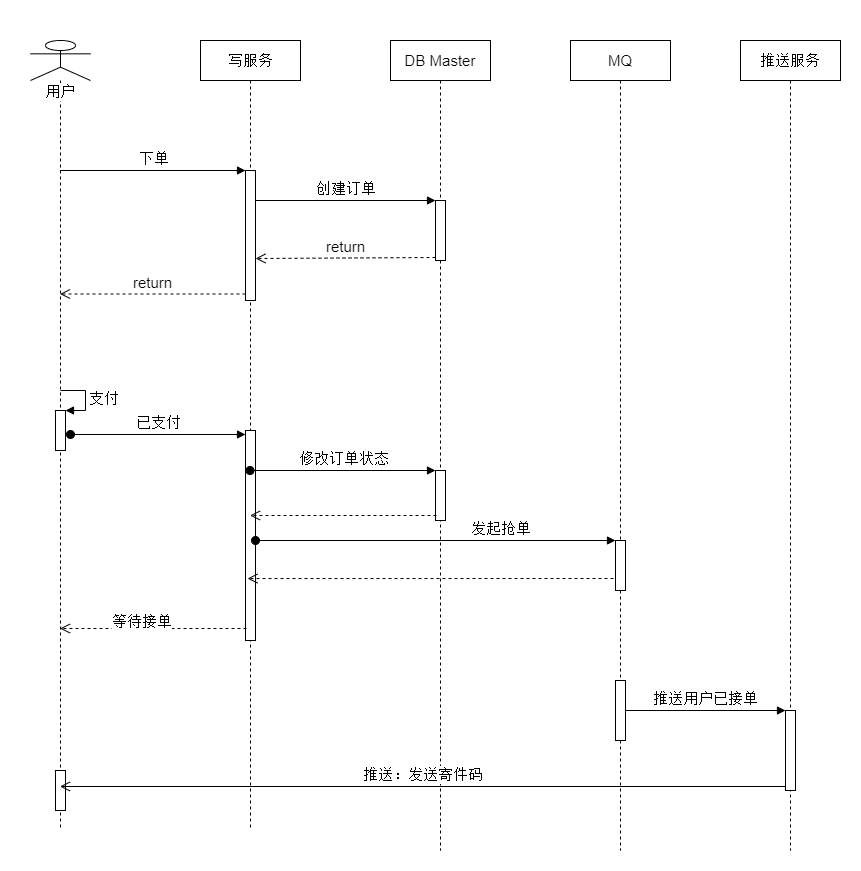
Earlier version of the draw.io export final/img/order.drawio.png (an-Onion/architect-camp). Source tidied: cells renumbered, new cells last; positions are measured from the earlier drawing's top-left corner, leaving out a move shared by most shapes. Source of this version:
```xml
<mxGraphModel>
  <root>
    <mxCell id="0" />
    <mxCell id="1" parent="0" />
    <mxCell id="2" style="rounded=0;whiteSpace=wrap;html=1;fontSize=15;strokeColor=none;" parent="1" vertex="1">
      <mxGeometry width="860" height="870" as="geometry" />
    </mxCell>
    <mxCell id="3" value="用户&lt;br style=&quot;font-size: 15px;&quot;&gt;" style="shape=umlLifeline;participant=umlActor;perimeter=lifelinePerimeter;whiteSpace=wrap;html=1;verticalAlign=top;spacingTop=36;labelBackgroundColor=#ffffff;outlineConnect=0;fontSize=15;" parent="1" vertex="1">
      <mxGeometry x="30" y="40" width="60" height="790" as="geometry" />
    </mxCell>
    <mxCell id="4" style="html=1;points=[];perimeter=orthogonalPerimeter;fontSize=15;" parent="3" vertex="1">
      <mxGeometry x="25" y="370" width="10" height="40" as="geometry" />
    </mxCell>
    <mxCell id="5" value="支付" style="edgeStyle=orthogonalEdgeStyle;html=1;align=left;spacingLeft=2;endArrow=block;rounded=0;entryX=1;entryY=0;fontSize=15;" parent="3" edge="1" target="4">
      <mxGeometry relative="1" as="geometry">
        <mxPoint x="30" y="350" as="sourcePoint" />
        <Array as="points">
          <mxPoint x="55" y="350" />
        </Array>
      </mxGeometry>
    </mxCell>
    <mxCell id="6" style="html=1;perimeter=orthogonalPerimeter;fontSize=15;" parent="3" vertex="1">
      <mxGeometry x="25" y="730" width="10" height="40" as="geometry" />
    </mxCell>
    <mxCell id="7" value="写服务" style="shape=umlLifeline;perimeter=lifelinePerimeter;whiteSpace=wrap;html=1;outlineConnect=0;fontSize=15;" parent="1" vertex="1">
      <mxGeometry x="200" y="40" width="100" height="790" as="geometry" />
    </mxCell>
    <mxCell id="8" style="html=1;points=[];perimeter=orthogonalPerimeter;fontSize=15;" parent="7" vertex="1">
      <mxGeometry x="45" y="130" width="10" height="130" as="geometry" />
    </mxCell>
    <mxCell id="9" style="html=1;points=[];perimeter=orthogonalPerimeter;fontSize=15;" parent="7" vertex="1">
      <mxGeometry x="45" y="390" width="10" height="210" as="geometry" />
    </mxCell>
    <mxCell id="10" value="下单" style="html=1;verticalAlign=bottom;endArrow=block;entryX=0;entryY=0;fontSize=15;" parent="1" edge="1" source="3" target="8">
      <mxGeometry relative="1" as="geometry" />
    </mxCell>
    <mxCell id="11" value="DB&amp;nbsp;Master" style="shape=umlLifeline;perimeter=lifelinePerimeter;whiteSpace=wrap;html=1;fontSize=15;" parent="1" vertex="1">
      <mxGeometry x="390" y="40" width="100" height="810" as="geometry" />
    </mxCell>
    <mxCell id="12" style="html=1;points=[];perimeter=orthogonalPerimeter;fontSize=15;" parent="11" vertex="1">
      <mxGeometry x="45" y="160" width="10" height="60" as="geometry" />
    </mxCell>
    <mxCell id="13" style="html=1;points=[];perimeter=orthogonalPerimeter;fontSize=15;" parent="11" vertex="1">
      <mxGeometry x="45" y="430" width="10" height="50" as="geometry" />
    </mxCell>
    <mxCell id="14" value="创建订单" style="html=1;verticalAlign=bottom;endArrow=block;entryX=0;entryY=0;fontSize=15;" parent="1" edge="1" source="8" target="12">
      <mxGeometry relative="1" as="geometry" />
    </mxCell>
    <mxCell id="15" value="return" style="html=1;verticalAlign=bottom;endArrow=open;dashed=1;endSize=8;exitX=0;exitY=0.95;fontSize=15;entryX=1;entryY=0.677;entryDx=0;entryDy=0;entryPerimeter=0;" parent="1" edge="1" source="12" target="8">
      <mxGeometry relative="1" as="geometry" />
    </mxCell>
    <mxCell id="16" value="return" style="html=1;verticalAlign=bottom;endArrow=open;dashed=1;endSize=8;exitX=0;exitY=0.95;fontSize=15;" parent="1" edge="1" source="8" target="3">
      <mxGeometry relative="1" as="geometry" />
    </mxCell>
    <mxCell id="17" value="已支付" style="html=1;verticalAlign=bottom;startArrow=oval;endArrow=block;startSize=8;fontSize=15;exitX=1.5;exitY=0.6;exitDx=0;exitDy=0;exitPerimeter=0;" parent="1" edge="1" source="4" target="9">
      <mxGeometry relative="1" as="geometry" />
    </mxCell>
    <mxCell id="18" value="修改订单状态" style="html=1;verticalAlign=bottom;startArrow=oval;endArrow=block;startSize=8;fontSize=15;" parent="1" edge="1" source="7" target="13">
      <mxGeometry relative="1" as="geometry" />
    </mxCell>
    <mxCell id="19" value="MQ" style="shape=umlLifeline;perimeter=lifelinePerimeter;whiteSpace=wrap;html=1;fontSize=15;" parent="1" vertex="1">
      <mxGeometry x="570" y="40" width="100" height="810" as="geometry" />
    </mxCell>
    <mxCell id="20" style="html=1;points=[];perimeter=orthogonalPerimeter;fontSize=15;" parent="19" vertex="1">
      <mxGeometry x="45" y="500" width="10" height="50" as="geometry" />
    </mxCell>
    <mxCell id="21" style="html=1;points=[];perimeter=orthogonalPerimeter;fontSize=15;" parent="19" vertex="1">
      <mxGeometry x="45" y="640" width="10" height="60" as="geometry" />
    </mxCell>
    <mxCell id="22" value="发起抢单" style="html=1;verticalAlign=bottom;startArrow=oval;endArrow=block;startSize=8;fontSize=15;" parent="1" edge="1" source="9" target="20">
      <mxGeometry x="0.36" relative="1" as="geometry" />
    </mxCell>
    <mxCell id="23" style="html=1;verticalAlign=bottom;endArrow=open;dashed=1;endSize=8;fontSize=15;exitX=-0.2;exitY=0.76;exitDx=0;exitDy=0;exitPerimeter=0;entryX=0.2;entryY=0.705;entryDx=0;entryDy=0;entryPerimeter=0;" parent="1" edge="1" source="20" target="9">
      <mxGeometry relative="1" as="geometry" />
    </mxCell>
    <mxCell id="24" style="html=1;verticalAlign=bottom;endArrow=open;dashed=1;endSize=8;fontSize=15;exitX=0.1;exitY=0.9;exitDx=0;exitDy=0;exitPerimeter=0;" parent="1" edge="1" source="13" target="7">
      <mxGeometry relative="1" as="geometry" />
    </mxCell>
    <mxCell id="25" style="html=1;verticalAlign=bottom;endArrow=open;dashed=1;endSize=8;fontSize=15;exitX=0.1;exitY=0.943;exitDx=0;exitDy=0;exitPerimeter=0;" parent="1" edge="1" source="9" target="3">
      <mxGeometry relative="1" as="geometry" />
    </mxCell>
    <mxCell id="26" value="等待接单" style="edgeLabel;html=1;align=center;verticalAlign=middle;fontSize=15;" parent="25" vertex="1">
      <mxGeometry x="0.27" y="-1" relative="1" as="geometry">
        <mxPoint x="12" y="-7" as="offset" />
      </mxGeometry>
    </mxCell>
    <mxCell id="27" value="推送服务" style="shape=umlLifeline;perimeter=lifelinePerimeter;whiteSpace=wrap;html=1;fontSize=15;" parent="1" vertex="1">
      <mxGeometry x="740" y="40" width="100" height="810" as="geometry" />
    </mxCell>
    <mxCell id="28" style="html=1;points=[];perimeter=orthogonalPerimeter;fontSize=15;" parent="27" vertex="1">
      <mxGeometry x="45" y="670" width="10" height="80" as="geometry" />
    </mxCell>
    <mxCell id="29" value="推送用户已接单" style="html=1;verticalAlign=bottom;endArrow=block;entryX=0;entryY=0;fontSize=15;" parent="1" edge="1" source="21" target="28">
      <mxGeometry relative="1" as="geometry" />
    </mxCell>
    <mxCell id="30" value="推送：发送寄件码" style="html=1;verticalAlign=bottom;endArrow=open;endSize=8;exitX=0;exitY=0.95;fontSize=15;" parent="1" edge="1" source="28" target="3">
      <mxGeometry relative="1" as="geometry" />
    </mxCell>
  </root>
</mxGraphModel>
```
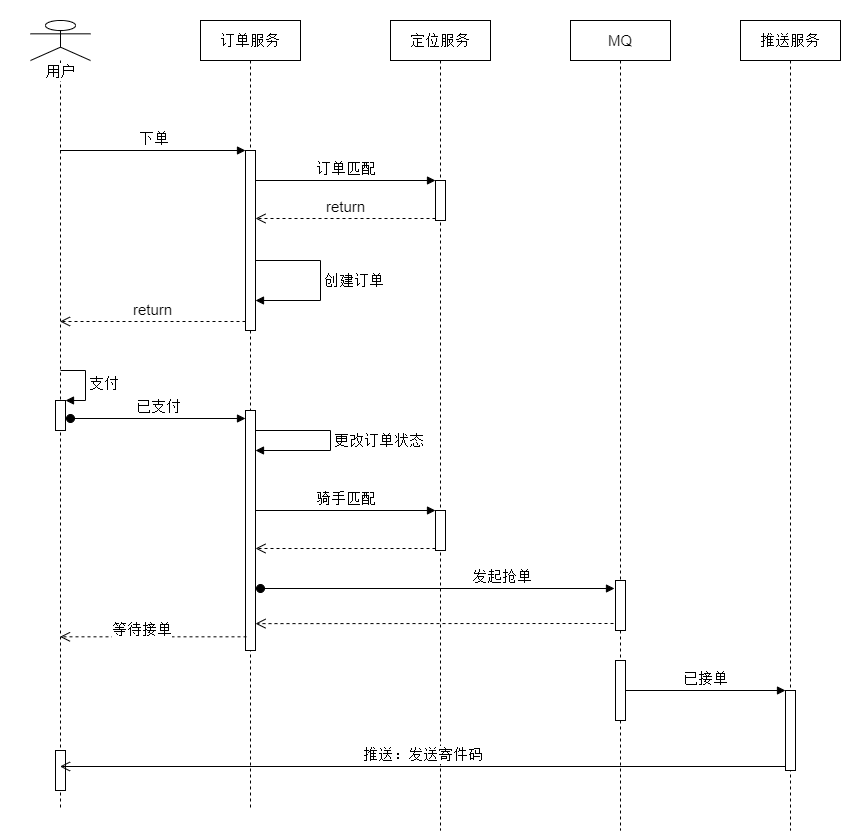
After the change.

Change to the diagram source:
```diff
@@ -3,13 +3,13 @@
     <mxCell id="0" />
     <mxCell id="1" parent="0" />
     <mxCell id="2" style="rounded=0;whiteSpace=wrap;html=1;fontSize=15;strokeColor=none;" parent="1" vertex="1">
-      <mxGeometry width="860" height="870" as="geometry" />
+      <mxGeometry y="20" width="860" height="830" as="geometry" />
     </mxCell>
     <mxCell id="3" value="用户&lt;br style=&quot;font-size: 15px;&quot;&gt;" style="shape=umlLifeline;participant=umlActor;perimeter=lifelinePerimeter;whiteSpace=wrap;html=1;verticalAlign=top;spacingTop=36;labelBackgroundColor=#ffffff;outlineConnect=0;fontSize=15;" parent="1" vertex="1">
       <mxGeometry x="30" y="40" width="60" height="790" as="geometry" />
     </mxCell>
     <mxCell id="4" style="html=1;points=[];perimeter=orthogonalPerimeter;fontSize=15;" parent="3" vertex="1">
-      <mxGeometry x="25" y="370" width="10" height="40" as="geometry" />
+      <mxGeometry x="25" y="380" width="10" height="30" as="geometry" />
     </mxCell>
     <mxCell id="5" value="支付" style="edgeStyle=orthogonalEdgeStyle;html=1;align=left;spacingLeft=2;endArrow=block;rounded=0;entryX=1;entryY=0;fontSize=15;" parent="3" edge="1" target="4">
       <mxGeometry relative="1" as="geometry">
@@ -22,31 +22,47 @@
     <mxCell id="6" style="html=1;perimeter=orthogonalPerimeter;fontSize=15;" parent="3" vertex="1">
       <mxGeometry x="25" y="730" width="10" height="40" as="geometry" />
     </mxCell>
-    <mxCell id="7" value="写服务" style="shape=umlLifeline;perimeter=lifelinePerimeter;whiteSpace=wrap;html=1;outlineConnect=0;fontSize=15;" parent="1" vertex="1">
+    <mxCell id="7" value="订单服务" style="shape=umlLifeline;perimeter=lifelinePerimeter;whiteSpace=wrap;html=1;outlineConnect=0;fontSize=15;" parent="1" vertex="1">
       <mxGeometry x="200" y="40" width="100" height="790" as="geometry" />
     </mxCell>
     <mxCell id="8" style="html=1;points=[];perimeter=orthogonalPerimeter;fontSize=15;" parent="7" vertex="1">
-      <mxGeometry x="45" y="130" width="10" height="130" as="geometry" />
+      <mxGeometry x="45" y="130" width="10" height="180" as="geometry" />
     </mxCell>
     <mxCell id="9" style="html=1;points=[];perimeter=orthogonalPerimeter;fontSize=15;" parent="7" vertex="1">
-      <mxGeometry x="45" y="390" width="10" height="210" as="geometry" />
+      <mxGeometry x="45" y="390" width="10" height="240" as="geometry" />
     </mxCell>
+    <mxCell id="31" value="&lt;font style=&quot;font-size: 15px&quot;&gt;创建订单&lt;/font&gt;" style="edgeStyle=orthogonalEdgeStyle;html=1;align=left;spacingLeft=2;endArrow=block;rounded=0;" parent="7" edge="1" source="8" target="8">
+      <mxGeometry relative="1" as="geometry">
+        <Array as="points">
+          <mxPoint x="120" y="240" />
+          <mxPoint x="120" y="280" />
+        </Array>
+      </mxGeometry>
+    </mxCell>
+    <mxCell id="32" value="&lt;span style=&quot;font-size: 15px&quot;&gt;更改订单状态&lt;/span&gt;" style="edgeStyle=orthogonalEdgeStyle;html=1;align=left;spacingLeft=2;endArrow=block;rounded=0;" parent="7" edge="1" source="9" target="9">
+      <mxGeometry relative="1" as="geometry">
+        <Array as="points">
+          <mxPoint x="130" y="410" />
+          <mxPoint x="130" y="430" />
+        </Array>
+      </mxGeometry>
+    </mxCell>
     <mxCell id="10" value="下单" style="html=1;verticalAlign=bottom;endArrow=block;entryX=0;entryY=0;fontSize=15;" parent="1" edge="1" source="3" target="8">
       <mxGeometry relative="1" as="geometry" />
     </mxCell>
-    <mxCell id="11" value="DB&amp;nbsp;Master" style="shape=umlLifeline;perimeter=lifelinePerimeter;whiteSpace=wrap;html=1;fontSize=15;" parent="1" vertex="1">
+    <mxCell id="11" value="定位服务" style="shape=umlLifeline;perimeter=lifelinePerimeter;whiteSpace=wrap;html=1;fontSize=15;" parent="1" vertex="1">
       <mxGeometry x="390" y="40" width="100" height="810" as="geometry" />
     </mxCell>
     <mxCell id="12" style="html=1;points=[];perimeter=orthogonalPerimeter;fontSize=15;" parent="11" vertex="1">
-      <mxGeometry x="45" y="160" width="10" height="60" as="geometry" />
+      <mxGeometry x="45" y="160" width="10" height="40" as="geometry" />
     </mxCell>
-    <mxCell id="13" style="html=1;points=[];perimeter=orthogonalPerimeter;fontSize=15;" parent="11" vertex="1">
-      <mxGeometry x="45" y="430" width="10" height="50" as="geometry" />
-    </mxCell>
+    <mxCell id="33" style="html=1;points=[];perimeter=orthogonalPerimeter;" parent="11" vertex="1">
+      <mxGeometry x="45" y="490" width="10" height="40" as="geometry" />
+    </mxCell>
-    <mxCell id="14" value="创建订单" style="html=1;verticalAlign=bottom;endArrow=block;entryX=0;entryY=0;fontSize=15;" parent="1" edge="1" source="8" target="12">
+    <mxCell id="14" value="订单匹配" style="html=1;verticalAlign=bottom;endArrow=block;entryX=0;entryY=0;fontSize=15;" parent="1" edge="1" source="8" target="12">
       <mxGeometry relative="1" as="geometry" />
     </mxCell>
-    <mxCell id="15" value="return" style="html=1;verticalAlign=bottom;endArrow=open;dashed=1;endSize=8;exitX=0;exitY=0.95;fontSize=15;entryX=1;entryY=0.677;entryDx=0;entryDy=0;entryPerimeter=0;" parent="1" edge="1" source="12" target="8">
+    <mxCell id="15" value="return" style="html=1;verticalAlign=bottom;endArrow=open;dashed=1;endSize=8;exitX=0;exitY=0.95;fontSize=15;" parent="1" edge="1" source="12" target="8">
       <mxGeometry relative="1" as="geometry" />
     </mxCell>
     <mxCell id="16" value="return" style="html=1;verticalAlign=bottom;endArrow=open;dashed=1;endSize=8;exitX=0;exitY=0.95;fontSize=15;" parent="1" edge="1" source="8" target="3">
@@ -55,27 +71,26 @@
     <mxCell id="17" value="已支付" style="html=1;verticalAlign=bottom;startArrow=oval;endArrow=block;startSize=8;fontSize=15;exitX=1.5;exitY=0.6;exitDx=0;exitDy=0;exitPerimeter=0;" parent="1" edge="1" source="4" target="9">
       <mxGeometry relative="1" as="geometry" />
     </mxCell>
-    <mxCell id="18" value="修改订单状态" style="html=1;verticalAlign=bottom;startArrow=oval;endArrow=block;startSize=8;fontSize=15;" parent="1" edge="1" source="7" target="13">
-      <mxGeometry relative="1" as="geometry" />
-    </mxCell>
     <mxCell id="19" value="MQ" style="shape=umlLifeline;perimeter=lifelinePerimeter;whiteSpace=wrap;html=1;fontSize=15;" parent="1" vertex="1">
       <mxGeometry x="570" y="40" width="100" height="810" as="geometry" />
     </mxCell>
     <mxCell id="20" style="html=1;points=[];perimeter=orthogonalPerimeter;fontSize=15;" parent="19" vertex="1">
-      <mxGeometry x="45" y="500" width="10" height="50" as="geometry" />
+      <mxGeometry x="45" y="560" width="10" height="50" as="geometry" />
     </mxCell>
     <mxCell id="21" style="html=1;points=[];perimeter=orthogonalPerimeter;fontSize=15;" parent="19" vertex="1">
       <mxGeometry x="45" y="640" width="10" height="60" as="geometry" />
     </mxCell>
-    <mxCell id="22" value="发起抢单" style="html=1;verticalAlign=bottom;startArrow=oval;endArrow=block;startSize=8;fontSize=15;" parent="1" edge="1" source="9" target="20">
-      <mxGeometry x="0.36" relative="1" as="geometry" />
+    <mxCell id="22" value="发起抢单" style="html=1;verticalAlign=bottom;startArrow=oval;endArrow=block;startSize=8;fontSize=15;" parent="1" edge="1">
+      <mxGeometry x="0.36" relative="1" as="geometry">
+        <mxPoint x="260" y="608" as="sourcePoint" />
+        <mxPoint x="614" y="608" as="targetPoint" />
+      </mxGeometry>
     </mxCell>
-    <mxCell id="23" style="html=1;verticalAlign=bottom;endArrow=open;dashed=1;endSize=8;fontSize=15;exitX=-0.2;exitY=0.76;exitDx=0;exitDy=0;exitPerimeter=0;entryX=0.2;entryY=0.705;entryDx=0;entryDy=0;entryPerimeter=0;" parent="1" edge="1" source="20" target="9">
-      <mxGeometry relative="1" as="geometry" />
+    <mxCell id="23" style="html=1;verticalAlign=bottom;endArrow=open;dashed=1;endSize=8;fontSize=15;entryX=1;entryY=0.888;entryDx=0;entryDy=0;entryPerimeter=0;" parent="1" edge="1" target="9">
+      <mxGeometry relative="1" as="geometry">
+        <mxPoint x="613" y="643" as="sourcePoint" />
+      </mxGeometry>
     </mxCell>
-    <mxCell id="24" style="html=1;verticalAlign=bottom;endArrow=open;dashed=1;endSize=8;fontSize=15;exitX=0.1;exitY=0.9;exitDx=0;exitDy=0;exitPerimeter=0;" parent="1" edge="1" source="13" target="7">
-      <mxGeometry relative="1" as="geometry" />
-    </mxCell>
     <mxCell id="25" style="html=1;verticalAlign=bottom;endArrow=open;dashed=1;endSize=8;fontSize=15;exitX=0.1;exitY=0.943;exitDx=0;exitDy=0;exitPerimeter=0;" parent="1" edge="1" source="9" target="3">
       <mxGeometry relative="1" as="geometry" />
     </mxCell>
@@ -90,11 +105,17 @@
     <mxCell id="28" style="html=1;points=[];perimeter=orthogonalPerimeter;fontSize=15;" parent="27" vertex="1">
       <mxGeometry x="45" y="670" width="10" height="80" as="geometry" />
     </mxCell>
-    <mxCell id="29" value="推送用户已接单" style="html=1;verticalAlign=bottom;endArrow=block;entryX=0;entryY=0;fontSize=15;" parent="1" edge="1" source="21" target="28">
+    <mxCell id="29" value="已接单" style="html=1;verticalAlign=bottom;endArrow=block;entryX=0;entryY=0;fontSize=15;" parent="1" edge="1" source="21" target="28">
       <mxGeometry relative="1" as="geometry" />
     </mxCell>
     <mxCell id="30" value="推送：发送寄件码" style="html=1;verticalAlign=bottom;endArrow=open;endSize=8;exitX=0;exitY=0.95;fontSize=15;" parent="1" edge="1" source="28" target="3">
       <mxGeometry relative="1" as="geometry" />
     </mxCell>
+    <mxCell id="34" value="&lt;font style=&quot;font-size: 15px&quot;&gt;骑手匹配&lt;/font&gt;" style="html=1;verticalAlign=bottom;endArrow=block;entryX=0;entryY=0;" parent="1" edge="1" source="9" target="33">
+      <mxGeometry relative="1" as="geometry" />
+    </mxCell>
+    <mxCell id="35" style="html=1;verticalAlign=bottom;endArrow=open;dashed=1;endSize=8;exitX=0;exitY=0.95;" parent="1" edge="1" source="33" target="9">
+      <mxGeometry relative="1" as="geometry" />
+    </mxCell>
   </root>
 </mxGraphModel>
```
